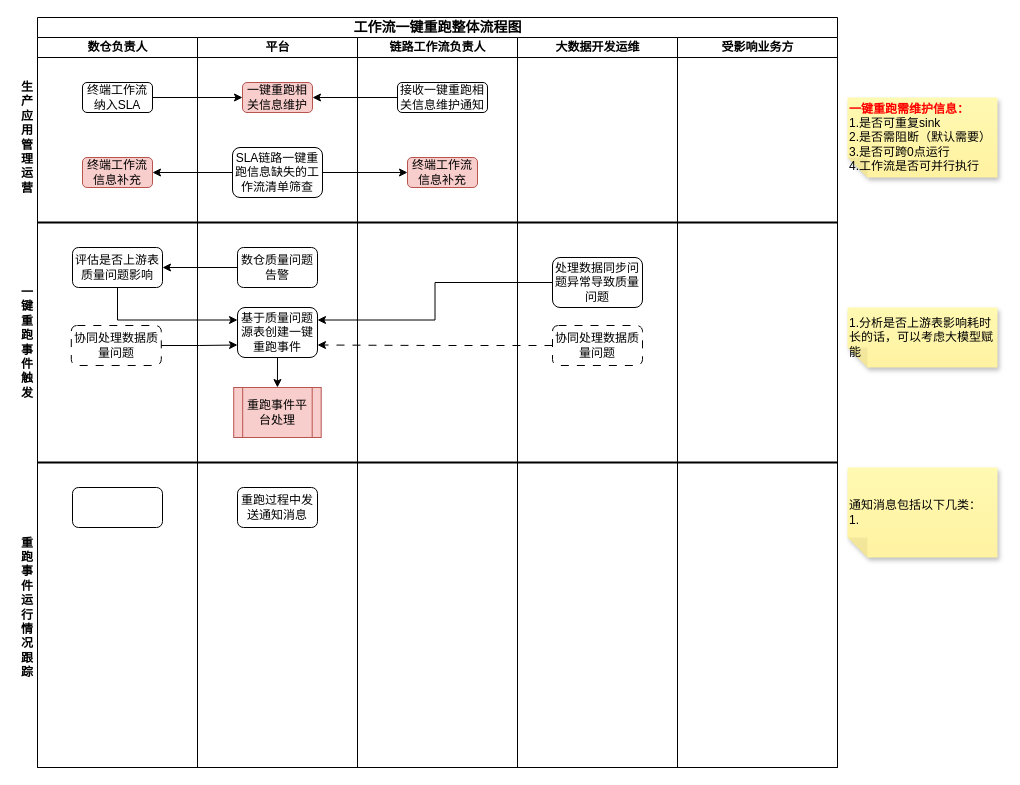
Earlier version of the draw.io diagram page "整体流程图" (1 of 2) of biz_flow/大数据平台工作流一键重跑设计.drawio (hlld3344/diagrams). Source tidied: cells renumbered, new cells numbered last; positions are measured from the earlier drawing's top-left corner, leaving out a move shared by most shapes. Both pictures are drawn from the tidied source at 100%, with x=0, y=0 at pixel (17, 17).
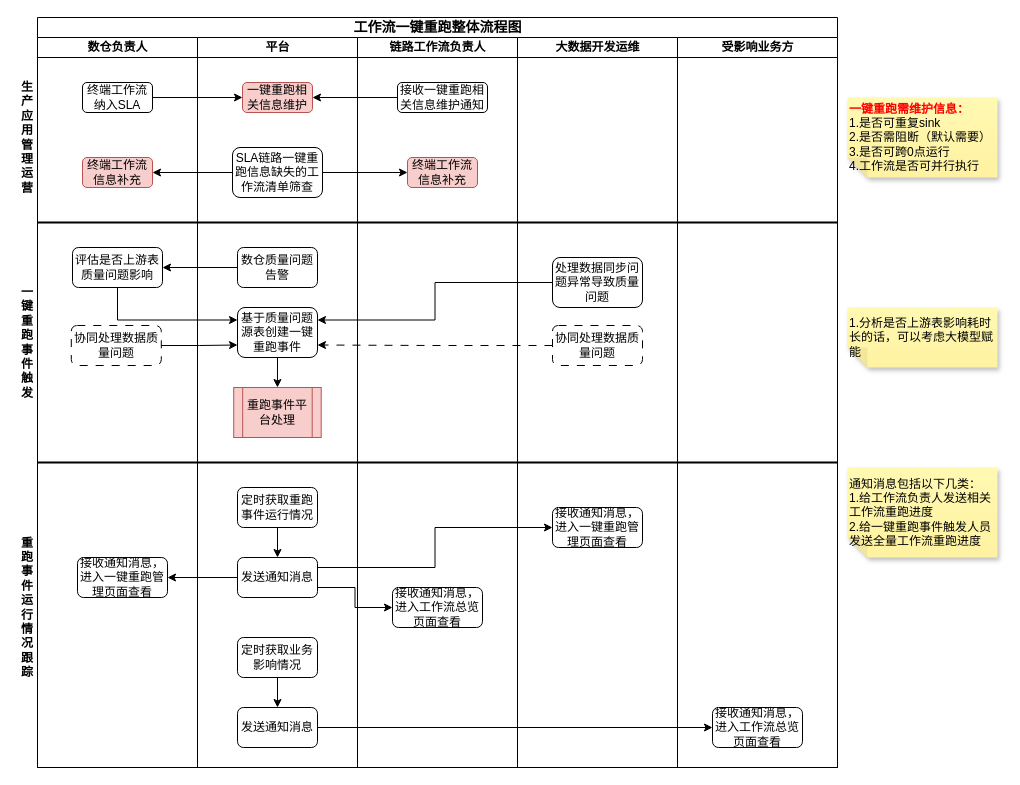
The same diagram, later.

Commit message:
更新大数据平台工作流一键重跑设计.drawio

The change refers to these unchanged cells:
```xml
<mxCell id="2" value="&lt;font style=&quot;font-size: 14px;&quot;&gt;工作流一键重跑整体流程图&lt;/font&gt;" style="swimlane;html=1;startSize=20;rounded=0;shadow=0;labelBackgroundColor=none;strokeWidth=1;fontFamily=Verdana;fontSize=8;align=center;" parent="1" vertex="1">
  <mxGeometry x="20" width="800" height="750" as="geometry" />
</mxCell>
<mxCell id="3" value="数仓负责人" style="swimlane;html=1;startSize=20;" parent="2" vertex="1">
  <mxGeometry y="20" width="160" height="730" as="geometry" />
</mxCell>
<mxCell id="10" value="平台" style="swimlane;html=1;startSize=20;" parent="2" vertex="1">
  <mxGeometry x="160" y="20" width="160" height="730" as="geometry" />
</mxCell>
<mxCell id="20" value="链路工作流负责人" style="swimlane;html=1;startSize=20;" parent="2" vertex="1">
  <mxGeometry x="320" y="20" width="160" height="730" as="geometry" />
</mxCell>
<mxCell id="23" value="大数据开发运维" style="swimlane;html=1;startSize=20;" parent="2" vertex="1">
  <mxGeometry x="480" y="20" width="160" height="730" as="geometry" />
</mxCell>
<mxCell id="26" value="受影响业务方" style="swimlane;html=1;startSize=20;" parent="2" vertex="1">
  <mxGeometry x="640" y="20" width="160" height="730" as="geometry" />
</mxCell>
```

What changed in the source:
```diff
@@
-    <mxCell id="9" style="rounded=1;whiteSpace=wrap;html=1;" parent="3" vertex="1">
-      <mxGeometry x="35" y="450" width="90" height="40" as="geometry" />
-    </mxCell>
@@
+    <mxCell id="41" style="edgeStyle=orthogonalEdgeStyle;rounded=0;jettySize=auto;html=1;exitX=0;exitY=0.5;exitDx=0;exitDy=0;entryX=1;entryY=0.5;entryDx=0;entryDy=0;" parent="10" edge="1" source="19" target="9">
+      <mxGeometry relative="1" as="geometry" />
+    </mxCell>
-    <mxCell id="19" value="重跑过程中发送通知消息" style="rounded=1;whiteSpace=wrap;html=1;" parent="10" vertex="1">
-      <mxGeometry x="40" y="450" width="80" height="40" as="geometry" />
+    <mxCell id="19" value="发送通知消息" style="rounded=1;whiteSpace=wrap;html=1;" parent="10" vertex="1">
+      <mxGeometry x="40" y="520" width="80" height="40" as="geometry" />
     </mxCell>
+    <mxCell id="9" value="接收通知消息，进入一键重跑管理页面查看" style="rounded=1;whiteSpace=wrap;html=1;" parent="10" vertex="1">
+      <mxGeometry x="-120" y="520" width="90" height="40" as="geometry" />
+    </mxCell>
+    <mxCell id="42" style="edgeStyle=orthogonalEdgeStyle;rounded=0;jettySize=auto;html=1;exitX=0.5;exitY=1;exitDx=0;exitDy=0;entryX=0.5;entryY=0;entryDx=0;entryDy=0;" parent="10" edge="1" source="43" target="19">
+      <mxGeometry relative="1" as="geometry" />
+    </mxCell>
+    <mxCell id="43" value="定时获取重跑事件运行情况" style="rounded=1;whiteSpace=wrap;html=1;" parent="10" vertex="1">
+      <mxGeometry x="40" y="450" width="80" height="40" as="geometry" />
+    </mxCell>
+    <mxCell id="44" style="edgeStyle=orthogonalEdgeStyle;rounded=0;jettySize=auto;html=1;exitX=0.5;exitY=1;exitDx=0;exitDy=0;entryX=0.5;entryY=0;entryDx=0;entryDy=0;" parent="10" edge="1" source="45" target="46">
+      <mxGeometry relative="1" as="geometry" />
+    </mxCell>
+    <mxCell id="45" value="定时获取业务影响情况" style="rounded=1;whiteSpace=wrap;html=1;" parent="10" vertex="1">
+      <mxGeometry x="40" y="600" width="80" height="40" as="geometry" />
+    </mxCell>
+    <mxCell id="46" value="发送通知消息" style="rounded=1;whiteSpace=wrap;html=1;" parent="10" vertex="1">
+      <mxGeometry x="40" y="670" width="80" height="40" as="geometry" />
+    </mxCell>
@@
+    <mxCell id="47" value="接收通知消息，进入工作流总览页面查看" style="rounded=1;whiteSpace=wrap;html=1;" parent="20" vertex="1">
+      <mxGeometry x="35" y="550" width="90" height="40" as="geometry" />
+    </mxCell>
@@
+    <mxCell id="48" value="接收通知消息，进入一键重跑管理页面查看" style="rounded=1;whiteSpace=wrap;html=1;" parent="23" vertex="1">
+      <mxGeometry x="35" y="470" width="90" height="40" as="geometry" />
+    </mxCell>
@@
+    <mxCell id="49" value="接收通知消息，进入工作流总览页面查看" style="rounded=1;whiteSpace=wrap;html=1;" parent="26" vertex="1">
+      <mxGeometry x="35" y="670" width="90" height="40" as="geometry" />
+    </mxCell>
@@
+    <mxCell id="50" style="edgeStyle=orthogonalEdgeStyle;rounded=0;jettySize=auto;html=1;exitX=1;exitY=0.75;exitDx=0;exitDy=0;entryX=0;entryY=0.5;entryDx=0;entryDy=0;" parent="2" edge="1" source="19" target="47">
+      <mxGeometry relative="1" as="geometry" />
+    </mxCell>
+    <mxCell id="51" style="edgeStyle=orthogonalEdgeStyle;rounded=0;jettySize=auto;html=1;exitX=1;exitY=0.25;exitDx=0;exitDy=0;entryX=0;entryY=0.5;entryDx=0;entryDy=0;" parent="2" edge="1" source="19" target="48">
+      <mxGeometry relative="1" as="geometry" />
+    </mxCell>
+    <mxCell id="52" style="edgeStyle=orthogonalEdgeStyle;rounded=0;jettySize=auto;html=1;exitX=1;exitY=0.5;exitDx=0;exitDy=0;entryX=0;entryY=0.5;entryDx=0;entryDy=0;" parent="2" edge="1" source="46" target="49">
+      <mxGeometry relative="1" as="geometry" />
+    </mxCell>
@@
-    <mxCell id="40" value="&lt;div&gt;&lt;span style=&quot;background-color: transparent; color: light-dark(rgb(0, 0, 0), rgb(237, 237, 237));&quot;&gt;通知消息包括以下几类：&lt;/span&gt;&lt;/div&gt;&lt;div&gt;&lt;span style=&quot;background-color: transparent; color: light-dark(rgb(0, 0, 0), rgb(237, 237, 237));&quot;&gt;1.&lt;/span&gt;&lt;/div&gt;" style="shape=note;whiteSpace=wrap;html=1;backgroundOutline=1;fontColor=#000000;darkOpacity=0.05;fillColor=#FFF9B2;strokeColor=none;fillStyle=solid;direction=west;gradientDirection=north;gradientColor=#FFF2A1;shadow=1;size=20;align=left;" parent="1" vertex="1">
+    <mxCell id="40" value="&lt;div&gt;&lt;span style=&quot;background-color: transparent; color: light-dark(rgb(0, 0, 0), rgb(237, 237, 237));&quot;&gt;通知消息包括以下几类：&lt;/span&gt;&lt;/div&gt;&lt;div&gt;&lt;span style=&quot;background-color: transparent; color: light-dark(rgb(0, 0, 0), rgb(237, 237, 237));&quot;&gt;1.给工作流负责人发送相关工作流重跑进度&lt;/span&gt;&lt;/div&gt;&lt;div&gt;&lt;span style=&quot;background-color: transparent; color: light-dark(rgb(0, 0, 0), rgb(237, 237, 237));&quot;&gt;2.给一键重跑事件触发人员发送全量工作流重跑进度&lt;/span&gt;&lt;/div&gt;" style="shape=note;whiteSpace=wrap;html=1;backgroundOutline=1;fontColor=#000000;darkOpacity=0.05;fillColor=#FFF9B2;strokeColor=none;fillStyle=solid;direction=west;gradientDirection=north;gradientColor=#FFF2A1;shadow=1;size=20;align=left;" parent="1" vertex="1">
       <mxGeometry x="830" y="450" width="150" height="90" as="geometry" />
     </mxCell>
```
